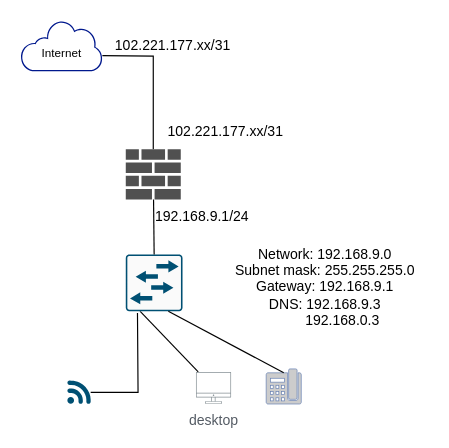
Before: Hubtech HDA Physical.drawio in kennedyjombo/intro-to-me, a draw.io diagram. Source tidied: cells renumbered, new cells numbered last; positions are measured from the earlier drawing's top-left corner, leaving out a move shared by most shapes. Both pictures are drawn from the tidied source at 117%, with x=0, y=0 at pixel (20, 20).
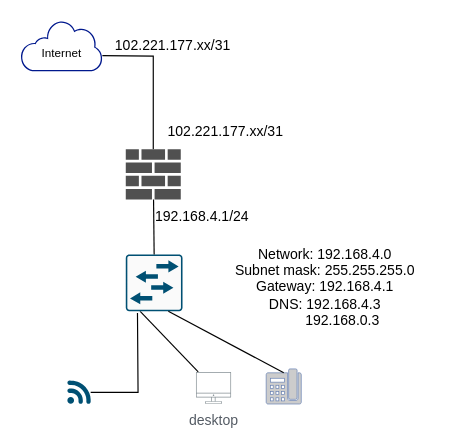
The same diagram, later.

The edit, as a diff of the source:
```diff
@@
 <mxGraphModel>
   <root>
     <mxCell id="0" />
     <mxCell id="1" parent="0" />
     <mxCell id="2" style="sketch=0;shadow=0;dashed=0;html=1;strokeColor=none;labelPosition=center;verticalLabelPosition=bottom;verticalAlign=top;align=center;fillColor=#00188D;shape=mxgraph.mscae.enterprise.internet_hollow;" parent="1" vertex="1">
       <mxGeometry width="70" height="43.4" as="geometry" />
     </mxCell>
     <mxCell id="3" style="edgeStyle=orthogonalEdgeStyle;rounded=0;jettySize=auto;html=1;endArrow=none;endFill=0;" parent="1" edge="1" target="5">
       <mxGeometry relative="1" as="geometry">
         <mxPoint x="70" y="30" as="sourcePoint" />
       </mxGeometry>
     </mxCell>
     <mxCell id="4" value="&lt;font style=&quot;font-size: 10px;&quot;&gt;Internet&lt;/font&gt;" style="text;html=1;align=center;verticalAlign=middle;strokeColor=none;fillColor=none;" parent="1" vertex="1">
       <mxGeometry x="5" y="13.4" width="60" height="30" as="geometry" />
     </mxCell>
     <mxCell id="5" style="sketch=0;shadow=0;dashed=0;html=1;strokeColor=none;fillColor=#505050;labelPosition=center;verticalLabelPosition=bottom;verticalAlign=top;outlineConnect=0;align=center;shape=mxgraph.office.concepts.firewall;" parent="1" vertex="1">
       <mxGeometry x="90" y="110" width="47" height="43" as="geometry" />
     </mxCell>
     <mxCell id="6" style="rounded=0;jettySize=auto;html=1;exitX=0.25;exitY=1;exitDx=0;exitDy=0;exitPerimeter=0;endArrow=none;endFill=0;" parent="1" edge="1" source="7" target="11">
       <mxGeometry relative="1" as="geometry" />
     </mxCell>
     <mxCell id="7" style="sketch=0;points=[[0.015,0.015,0],[0.985,0.015,0],[0.985,0.985,0],[0.015,0.985,0],[0.25,0,0],[0.5,0,0],[0.75,0,0],[1,0.25,0],[1,0.5,0],[1,0.75,0],[0.75,1,0],[0.5,1,0],[0.25,1,0],[0,0.75,0],[0,0.5,0],[0,0.25,0]];verticalLabelPosition=bottom;html=1;verticalAlign=top;align=center;shape=mxgraph.cisco19.rect;prIcon=l2_switch;fillColor=#FAFAFA;strokeColor=#005073;" parent="1" vertex="1">
       <mxGeometry x="90" y="200" width="48.5" height="48.5" as="geometry" />
     </mxCell>
     <mxCell id="8" style="rounded=0;jettySize=auto;html=1;entryX=0.5;entryY=0;entryDx=0;entryDy=0;entryPerimeter=0;endArrow=none;endFill=0;" parent="1" edge="1" source="5" target="7">
       <mxGeometry relative="1" as="geometry" />
     </mxCell>
-    <mxCell id="9" value="192.168.9.1/24" style="text;html=1;align=center;verticalAlign=middle;strokeColor=none;fillColor=none;" parent="1" vertex="1">
+    <mxCell id="9" value="192.168.4.1/24" style="text;html=1;align=center;verticalAlign=middle;strokeColor=none;fillColor=none;" parent="1" vertex="1">
       <mxGeometry x="105" y="153" width="100" height="30" as="geometry" />
     </mxCell>
     <mxCell id="10" value="&lt;font style=&quot;font-size: 12px;&quot;&gt;102.221.177.xx/31&lt;/font&gt;" style="text;html=1;align=center;verticalAlign=middle;strokeColor=none;fillColor=none;" parent="1" vertex="1">
       <mxGeometry x="115" y="80" width="120" height="30" as="geometry" />
     </mxCell>
     <mxCell id="11" value="desktop" style="sketch=0;outlineConnect=0;gradientColor=none;fontColor=#545B64;strokeColor=none;fillColor=#879196;dashed=0;verticalLabelPosition=bottom;verticalAlign=top;align=center;html=1;fontSize=12;fontStyle=0;shape=mxgraph.aws4.illustration_desktop;" parent="1" vertex="1">
       <mxGeometry x="150" y="300.4" width="30" height="27.3" as="geometry" />
     </mxCell>
     <mxCell id="12" style="fontColor=#0066CC;verticalAlign=top;verticalLabelPosition=bottom;labelPosition=center;align=center;html=1;outlineConnect=0;fillColor=#CCCCCC;strokeColor=#6881B3;gradientColor=none;gradientDirection=north;strokeWidth=2;shape=mxgraph.networks.phone_2;" parent="1" vertex="1">
       <mxGeometry x="210" y="297.8" width="30" height="30" as="geometry" />
     </mxCell>
     <mxCell id="13" style="points=[[0.005,0.09,0],[0.08,0,0],[0.76,0.25,0],[1,0.92,0],[0.91,0.995,0],[0.57,0.995,0],[0.045,0.955,0],[0.005,0.43,0]];verticalLabelPosition=bottom;sketch=0;html=1;verticalAlign=top;align=center;shape=mxgraph.cisco19.3g_4g_indicator;fillColor=#005073;strokeColor=none;" parent="1" vertex="1">
       <mxGeometry x="40" y="307.8" width="20" height="20" as="geometry" />
     </mxCell>
     <mxCell id="14" style="rounded=0;jettySize=auto;html=1;exitX=0.75;exitY=1;exitDx=0;exitDy=0;exitPerimeter=0;entryX=0.5;entryY=0.11;entryDx=0;entryDy=0;entryPerimeter=0;endArrow=none;endFill=0;" parent="1" edge="1" source="7" target="12">
       <mxGeometry relative="1" as="geometry" />
     </mxCell>
     <mxCell id="15" style="edgeStyle=orthogonalEdgeStyle;rounded=0;jettySize=auto;html=1;endArrow=none;endFill=0;" parent="1" edge="1" source="13">
       <mxGeometry relative="1" as="geometry">
         <mxPoint x="100" y="250" as="targetPoint" />
       </mxGeometry>
     </mxCell>
     <mxCell id="16" value="&lt;font style=&quot;font-size: 12px;&quot;&gt;102.221.177.xx/31&lt;/font&gt;" style="text;html=1;align=center;verticalAlign=middle;strokeColor=none;fillColor=none;" parent="1" vertex="1">
       <mxGeometry x="70" y="6.7" width="120" height="30" as="geometry" />
     </mxCell>
-    <mxCell id="17" value="Network: 192.168.9.0&lt;br&gt;Subnet mask: 255.255.255.0&lt;br&gt;Gateway: 192.168.9.1&lt;br&gt;DNS: 192.168.9.3&lt;br&gt;&amp;nbsp;&amp;nbsp;&amp;nbsp;&amp;nbsp;&amp;nbsp;&amp;nbsp;&amp;nbsp;&amp;nbsp; 192.168.0.3" style="text;html=1;align=center;verticalAlign=middle;strokeColor=none;fillColor=none;" parent="1" vertex="1">
+    <mxCell id="17" value="Network: 192.168.4.0&lt;br&gt;Subnet mask: 255.255.255.0&lt;br&gt;Gateway: 192.168.4.1&lt;br&gt;DNS: 192.168.4.3&lt;br&gt;&amp;nbsp;&amp;nbsp;&amp;nbsp;&amp;nbsp;&amp;nbsp;&amp;nbsp;&amp;nbsp;&amp;nbsp; 192.168.0.3" style="text;html=1;align=center;verticalAlign=middle;strokeColor=none;fillColor=none;" parent="1" vertex="1">
       <mxGeometry x="170" y="183" width="180" height="90" as="geometry" />
     </mxCell>
   </root>
 </mxGraphModel>
```
